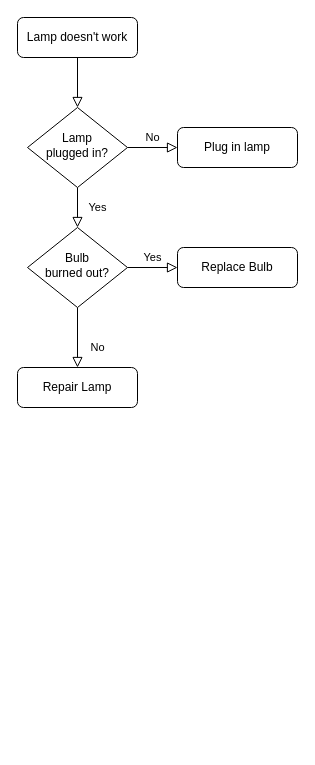
Before: g_and_erikkas_PP-shopping_site.drawio in erikkaincolor/shopping-site, a draw.io diagram. Source tidied: cells renumbered, new cells numbered last; positions are measured from the earlier drawing's top-left corner, leaving out a move shared by most shapes. Both pictures are drawn from the tidied source at 100%, with x=0, y=0 at pixel (17, 17).
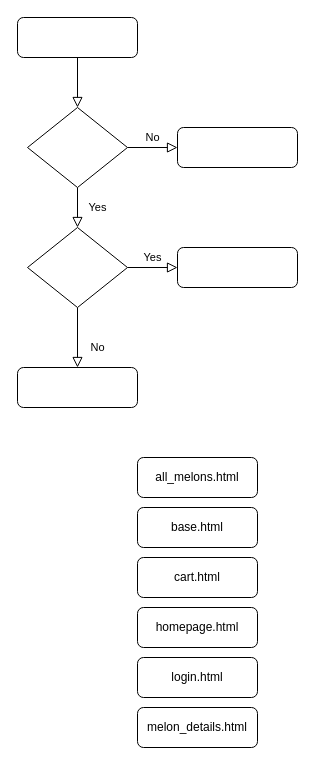
The same diagram, later.

Commit message:
setting up diagram

What changed in the source:
```diff
@@
 <mxGraphModel>
   <root>
     <mxCell id="0" />
     <mxCell id="1" parent="0" />
     <mxCell id="2" style="rounded=0;html=1;jettySize=auto;fontSize=11;endArrow=block;endFill=0;endSize=8;strokeWidth=1;shadow=0;labelBackgroundColor=none;edgeStyle=orthogonalEdgeStyle;" parent="1" edge="1" source="3" target="6">
       <mxGeometry relative="1" as="geometry" />
     </mxCell>
-    <mxCell id="3" value="Lamp doesn't work" style="rounded=1;whiteSpace=wrap;html=1;fontSize=12;glass=0;strokeWidth=1;shadow=0;" parent="1" vertex="1">
+    <mxCell id="3" style="rounded=1;whiteSpace=wrap;html=1;fontSize=12;glass=0;strokeWidth=1;shadow=0;" parent="1" vertex="1">
       <mxGeometry width="120" height="40" as="geometry" />
     </mxCell>
     <mxCell id="4" value="Yes" style="rounded=0;html=1;jettySize=auto;fontSize=11;endArrow=block;endFill=0;endSize=8;strokeWidth=1;shadow=0;labelBackgroundColor=none;edgeStyle=orthogonalEdgeStyle;" parent="1" edge="1" source="6" target="10">
       <mxGeometry y="20" relative="1" as="geometry" />
     </mxCell>
     <mxCell id="5" value="No" style="edgeStyle=orthogonalEdgeStyle;rounded=0;html=1;jettySize=auto;fontSize=11;endArrow=block;endFill=0;endSize=8;strokeWidth=1;shadow=0;labelBackgroundColor=none;" parent="1" edge="1" source="6" target="7">
       <mxGeometry y="10" relative="1" as="geometry" />
     </mxCell>
-    <mxCell id="6" value="Lamp&lt;br&gt;plugged in?" style="rhombus;whiteSpace=wrap;html=1;shadow=0;fontFamily=Helvetica;fontSize=12;align=center;strokeWidth=1;spacing=6;spacingTop=-4;" parent="1" vertex="1">
+    <mxCell id="6" style="rhombus;whiteSpace=wrap;html=1;shadow=0;fontFamily=Helvetica;fontSize=12;align=center;strokeWidth=1;spacing=6;spacingTop=-4;" parent="1" vertex="1">
       <mxGeometry x="10" y="90" width="100" height="80" as="geometry" />
     </mxCell>
-    <mxCell id="7" value="Plug in lamp" style="rounded=1;whiteSpace=wrap;html=1;fontSize=12;glass=0;strokeWidth=1;shadow=0;" parent="1" vertex="1">
+    <mxCell id="7" style="rounded=1;whiteSpace=wrap;html=1;fontSize=12;glass=0;strokeWidth=1;shadow=0;" parent="1" vertex="1">
       <mxGeometry x="160" y="110" width="120" height="40" as="geometry" />
     </mxCell>
     <mxCell id="8" value="No" style="rounded=0;html=1;jettySize=auto;fontSize=11;endArrow=block;endFill=0;endSize=8;strokeWidth=1;shadow=0;labelBackgroundColor=none;edgeStyle=orthogonalEdgeStyle;" parent="1" edge="1" source="10" target="11">
       <mxGeometry x="0.33" y="20" relative="1" as="geometry" />
     </mxCell>
     <mxCell id="9" value="Yes" style="edgeStyle=orthogonalEdgeStyle;rounded=0;html=1;jettySize=auto;fontSize=11;endArrow=block;endFill=0;endSize=8;strokeWidth=1;shadow=0;labelBackgroundColor=none;" parent="1" edge="1" source="10" target="12">
       <mxGeometry y="10" relative="1" as="geometry" />
     </mxCell>
-    <mxCell id="10" value="Bulb&lt;br&gt;burned out?" style="rhombus;whiteSpace=wrap;html=1;shadow=0;fontFamily=Helvetica;fontSize=12;align=center;strokeWidth=1;spacing=6;spacingTop=-4;" parent="1" vertex="1">
+    <mxCell id="10" style="rhombus;whiteSpace=wrap;html=1;shadow=0;fontFamily=Helvetica;fontSize=12;align=center;strokeWidth=1;spacing=6;spacingTop=-4;" parent="1" vertex="1">
       <mxGeometry x="10" y="210" width="100" height="80" as="geometry" />
     </mxCell>
-    <mxCell id="11" value="Repair Lamp" style="rounded=1;whiteSpace=wrap;html=1;fontSize=12;glass=0;strokeWidth=1;shadow=0;" parent="1" vertex="1">
+    <mxCell id="11" style="rounded=1;whiteSpace=wrap;html=1;fontSize=12;glass=0;strokeWidth=1;shadow=0;" parent="1" vertex="1">
       <mxGeometry y="350" width="120" height="40" as="geometry" />
     </mxCell>
-    <mxCell id="12" value="Replace Bulb" style="rounded=1;whiteSpace=wrap;html=1;fontSize=12;glass=0;strokeWidth=1;shadow=0;" parent="1" vertex="1">
+    <mxCell id="12" style="rounded=1;whiteSpace=wrap;html=1;fontSize=12;glass=0;strokeWidth=1;shadow=0;" parent="1" vertex="1">
       <mxGeometry x="160" y="230" width="120" height="40" as="geometry" />
     </mxCell>
+    <mxCell id="13" value="melon_details.html" style="rounded=1;whiteSpace=wrap;html=1;fontSize=12;glass=0;strokeWidth=1;shadow=0;" parent="1" vertex="1">
+      <mxGeometry x="120" y="690" width="120" height="40" as="geometry" />
+    </mxCell>
+    <mxCell id="14" value="login.html" style="rounded=1;whiteSpace=wrap;html=1;fontSize=12;glass=0;strokeWidth=1;shadow=0;" parent="1" vertex="1">
+      <mxGeometry x="120" y="640" width="120" height="40" as="geometry" />
+    </mxCell>
+    <mxCell id="15" value="homepage.html" style="rounded=1;whiteSpace=wrap;html=1;fontSize=12;glass=0;strokeWidth=1;shadow=0;" parent="1" vertex="1">
+      <mxGeometry x="120" y="590" width="120" height="40" as="geometry" />
+    </mxCell>
+    <mxCell id="16" value="cart.html" style="rounded=1;whiteSpace=wrap;html=1;fontSize=12;glass=0;strokeWidth=1;shadow=0;" parent="1" vertex="1">
+      <mxGeometry x="120" y="540" width="120" height="40" as="geometry" />
+    </mxCell>
+    <mxCell id="17" value="base.html" style="rounded=1;whiteSpace=wrap;html=1;fontSize=12;glass=0;strokeWidth=1;shadow=0;" parent="1" vertex="1">
+      <mxGeometry x="120" y="490" width="120" height="40" as="geometry" />
+    </mxCell>
+    <mxCell id="18" value="all_melons.html" style="rounded=1;whiteSpace=wrap;html=1;fontSize=12;glass=0;strokeWidth=1;shadow=0;" parent="1" vertex="1">
+      <mxGeometry x="120" y="440" width="120" height="40" as="geometry" />
+    </mxCell>
   </root>
 </mxGraphModel>
```
